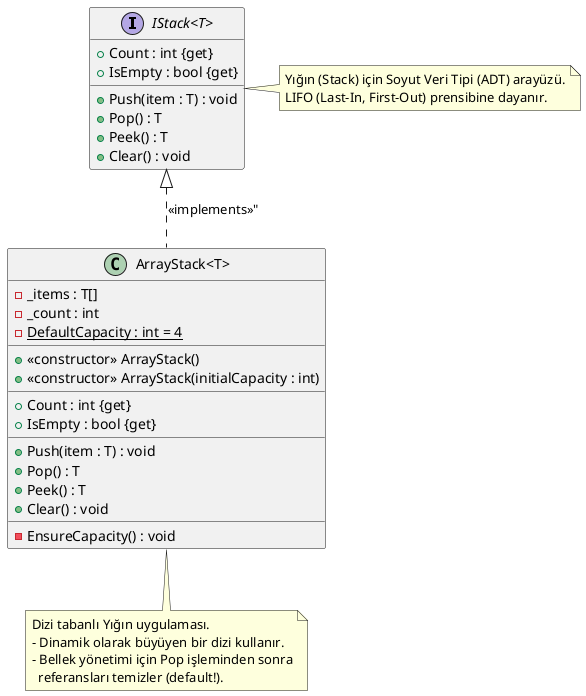
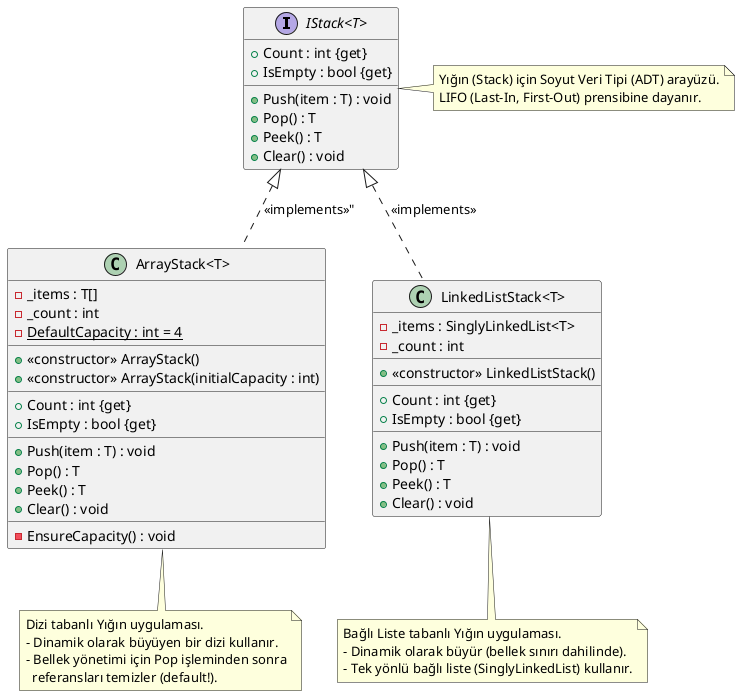
@startuml Stack

interface "IStack<T>" {
    + Push(item : T) : void
    + Pop() : T
    + Peek() : T
    + Clear() : void
    + Count : int {get}
    + IsEmpty : bool {get}
}

class "ArrayStack<T>" {
    - _items : T[]
    - _count : int
    - {static} DefaultCapacity : int = 4
    __
    + <<constructor>> ArrayStack()
    + <<constructor>> ArrayStack(initialCapacity : int)
    __
    + Count : int {get}
    + IsEmpty : bool {get}
    __
    + Push(item : T) : void
    + Pop() : T
    + Peek() : T
    + Clear() : void
    __
    - EnsureCapacity() : void
}

"ArrayStack<T>" .up.|> "IStack<T>" : "<<implements>>""

+ class "LinkedListStack<T>" {
+     - _items : SinglyLinkedList<T>
+     - _count : int
+     __
+     + <<constructor>> LinkedListStack()
+     __
+     + Count : int {get}
+     + IsEmpty : bool {get}
+     __
+     + Push(item : T) : void
+     + Pop() : T
+     + Peek() : T
+     + Clear() : void
+ }
+ 
+ "LinkedListStack<T>" .up.|> "IStack<T>" : "<<implements>>"
+ 
note right of "IStack<T>"
    Yığın (Stack) için Soyut Veri Tipi (ADT) arayüzü.
    LIFO (Last-In, First-Out) prensibine dayanır.
end note

note bottom of "ArrayStack<T>"
    Dizi tabanlı Yığın uygulaması.
    - Dinamik olarak büyüyen bir dizi kullanır.
    - Bellek yönetimi için Pop işleminden sonra
      referansları temizler (default!).
end note

+ note bottom of "LinkedListStack<T>"
+     Bağlı Liste tabanlı Yığın uygulaması.
+     - Dinamik olarak büyür (bellek sınırı dahilinde).
+     - Tek yönlü bağlı liste (SinglyLinkedList) kullanır.
+ end note
+ 
hide empty members

@enduml
